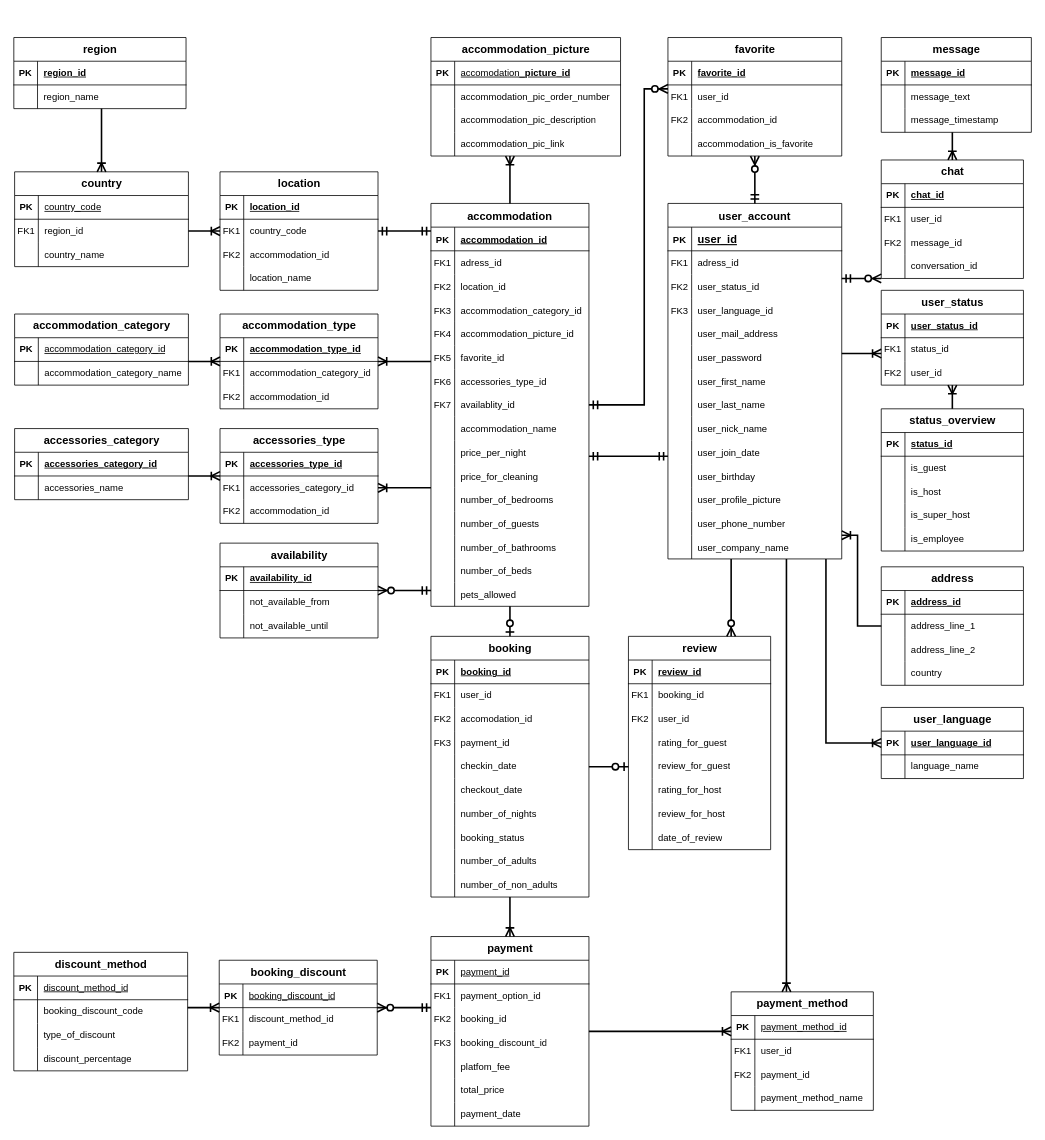
Above: Steffbnb.drawio in DaSteff91/SQL_Repo (draw.io), before the change. Source tidied: cells renumbered, new cells numbered last; positions are measured from the earlier drawing's top-left corner, leaving out a move shared by most shapes. Both pictures are drawn from the tidied source at 79%, with x=0, y=0 at pixel (13, 37).
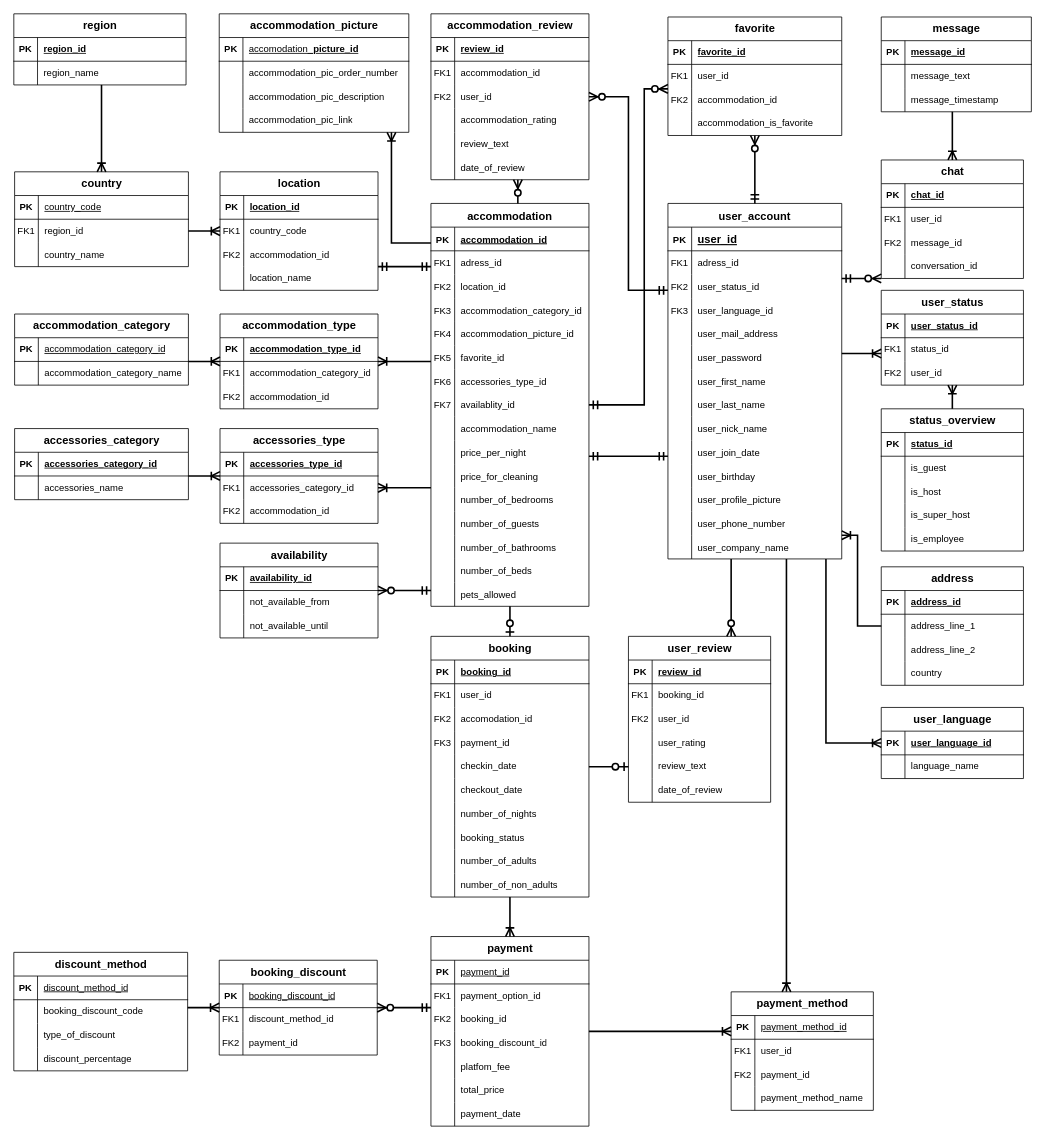
The same page after the edit.

Commit message:
Favorit entities adjusted.drawio

Unchanged cells that the change refers to:
```xml
<mxCell id="2" value="user_account" style="shape=table;startSize=30;childLayout=tableLayout;rowLines=0;fontStyle=1;align=center;fontSize=14;resizeLastRow=0;swimlaneHead=1;swimlaneBody=1;horizontal=1;portConstraintRotation=0;noLabel=0;" parent="1" vertex="1">
  <mxGeometry x="828" y="210" width="220" height="450" as="geometry" />
</mxCell>
<mxCell id="45" value="accommodation" style="shape=table;startSize=30;childLayout=tableLayout;rowLines=0;fontStyle=1;align=center;fontSize=14;" parent="1" vertex="1">
  <mxGeometry x="528" y="210" width="200" height="510" as="geometry" />
</mxCell>
<mxCell id="161" value="location" style="shape=table;startSize=30;childLayout=tableLayout;rowLines=0;fontStyle=1;align=center;html=1;fontSize=14;" parent="1" vertex="1">
  <mxGeometry x="261" y="170" width="200" height="150" as="geometry" />
</mxCell>
<mxCell id="198" value="chat" style="shape=table;startSize=30;childLayout=tableLayout;rowLines=0;fontStyle=1;align=center;html=1;fontSize=14;" parent="1" vertex="1">
  <mxGeometry x="1098" y="155" width="180" height="150" as="geometry" />
</mxCell>
<mxCell id="241" style="shape=tableRow;horizontal=0;startSize=0;swimlaneHead=0;swimlaneBody=0;fillColor=none;top=0;left=0;right=0;bottom=0;" parent="231" vertex="1">
  <mxGeometry y="120" width="180" height="30" as="geometry" />
</mxCell>
<mxCell id="244" style="shape=tableRow;horizontal=0;startSize=0;swimlaneHead=0;swimlaneBody=0;fillColor=none;top=0;left=0;right=0;bottom=0;" parent="231" vertex="1">
  <mxGeometry y="150" width="180" height="30" as="geometry" />
</mxCell>
```

Change to the diagram source:
```diff
@@
     <mxCell id="125" value="accommodation_picture" style="shape=table;startSize=30;childLayout=tableLayout;rowLines=0;fontStyle=1;align=center;html=1;fontSize=14;" parent="1" vertex="1">
-      <mxGeometry x="528" width="240" height="150" as="geometry" />
+      <mxGeometry x="260" y="-30" width="240" height="150" as="geometry" />
     </mxCell>
@@
     <mxCell id="148" value="favorite" style="shape=table;startSize=30;childLayout=tableLayout;rowLines=0;fontStyle=1;align=center;html=1;fontSize=14;" parent="1" vertex="1">
-      <mxGeometry x="828" width="220" height="150" as="geometry" />
+      <mxGeometry x="828" y="-26" width="220" height="150" as="geometry" />
     </mxCell>
@@
     <mxCell id="191" value="region" style="shape=table;startSize=30;childLayout=tableLayout;rowLines=0;fontStyle=1;align=center;html=1;fontSize=14;" parent="1" vertex="1">
-      <mxGeometry width="218" height="90" as="geometry" />
+      <mxGeometry y="-30" width="218" height="90" as="geometry" />
     </mxCell>
@@
     <mxCell id="211" value="message" style="shape=table;startSize=30;childLayout=tableLayout;rowLines=0;fontStyle=1;align=center;html=1;fontSize=14;" parent="1" vertex="1">
-      <mxGeometry x="1098" width="190" height="120" as="geometry" />
+      <mxGeometry x="1098" y="-26" width="190" height="120" as="geometry" />
     </mxCell>
@@
-    <mxCell id="231" value="review" style="shape=table;startSize=30;childLayout=tableLayout;rowLines=0;fontStyle=1;align=center;html=1;fontSize=14;" parent="1" vertex="1">
-      <mxGeometry x="778" y="758" width="180" height="270" as="geometry" />
+    <mxCell id="231" value="user_review" style="shape=table;startSize=30;childLayout=tableLayout;rowLines=0;fontStyle=1;align=center;html=1;fontSize=14;" parent="1" vertex="1">
+      <mxGeometry x="778" y="758" width="180" height="210" as="geometry" />
     </mxCell>
@@
-    <mxCell id="243" value="rating_for_guest" style="shape=partialRectangle;fillColor=none;top=0;left=0;bottom=0;right=0;align=left;spacingLeft=6;overflow=hidden;whiteSpace=wrap;html=1;" parent="241" vertex="1">
+    <mxCell id="243" value="user_rating" style="shape=partialRectangle;fillColor=none;top=0;left=0;bottom=0;right=0;align=left;spacingLeft=6;overflow=hidden;whiteSpace=wrap;html=1;" parent="241" vertex="1">
       <mxGeometry x="30" width="150" height="30" as="geometry" />
     </mxCell>
@@
-    <mxCell id="246" value="review_for_guest" style="shape=partialRectangle;fillColor=none;top=0;left=0;bottom=0;right=0;align=left;spacingLeft=6;overflow=hidden;whiteSpace=wrap;html=1;" parent="244" vertex="1">
+    <mxCell id="246" value="review_text" style="shape=partialRectangle;fillColor=none;top=0;left=0;bottom=0;right=0;align=left;spacingLeft=6;overflow=hidden;whiteSpace=wrap;html=1;" parent="244" vertex="1">
       <mxGeometry x="30" width="150" height="30" as="geometry" />
     </mxCell>
-    <mxCell id="247" style="shape=tableRow;horizontal=0;startSize=0;swimlaneHead=0;swimlaneBody=0;fillColor=none;top=0;left=0;right=0;bottom=0;" parent="231" vertex="1">
-      <mxGeometry y="180" width="180" height="30" as="geometry" />
-    </mxCell>
-    <mxCell id="248" style="shape=partialRectangle;fillColor=none;top=0;left=0;bottom=0;right=0;overflow=hidden;whiteSpace=wrap;html=1;" parent="247" vertex="1">
-      <mxGeometry width="30" height="30" as="geometry" />
-    </mxCell>
-    <mxCell id="249" value="rating_for_host" style="shape=partialRectangle;fillColor=none;top=0;left=0;bottom=0;right=0;align=left;spacingLeft=6;overflow=hidden;whiteSpace=wrap;html=1;" parent="247" vertex="1">
-      <mxGeometry x="30" width="150" height="30" as="geometry" />
-    </mxCell>
-    <mxCell id="250" style="shape=tableRow;horizontal=0;startSize=0;swimlaneHead=0;swimlaneBody=0;fillColor=none;top=0;left=0;right=0;bottom=0;" parent="231" vertex="1">
-      <mxGeometry y="210" width="180" height="30" as="geometry" />
-    </mxCell>
-    <mxCell id="251" style="shape=partialRectangle;fillColor=none;top=0;left=0;bottom=0;right=0;overflow=hidden;whiteSpace=wrap;html=1;" parent="250" vertex="1">
-      <mxGeometry width="30" height="30" as="geometry" />
-    </mxCell>
-    <mxCell id="252" value="review_for_host" style="shape=partialRectangle;fillColor=none;top=0;left=0;bottom=0;right=0;align=left;spacingLeft=6;overflow=hidden;whiteSpace=wrap;html=1;" parent="250" vertex="1">
-      <mxGeometry x="30" width="150" height="30" as="geometry" />
-    </mxCell>
     <mxCell id="253" style="shape=tableRow;horizontal=0;startSize=0;swimlaneHead=0;swimlaneBody=0;fillColor=none;top=0;left=0;right=0;bottom=0;" parent="231" vertex="1">
-      <mxGeometry y="240" width="180" height="30" as="geometry" />
+      <mxGeometry y="180" width="180" height="30" as="geometry" />
     </mxCell>
@@
     <mxCell id="274" style="fontSize=12;html=1;endArrow=ERoneToMany;rounded=0;strokeColor=default;strokeWidth=2;align=center;verticalAlign=middle;fontFamily=Helvetica;fontColor=default;labelBackgroundColor=default;startSize=8;endSize=8;edgeStyle=orthogonalEdgeStyle;" parent="1" edge="1" source="45" target="125">
       <mxGeometry relative="1" as="geometry">
         <Array as="points">
-          <mxPoint x="628" y="170" />
-          <mxPoint x="628" y="170" />
+          <mxPoint x="478" y="260" />
         </Array>
       </mxGeometry>
     </mxCell>
     <mxCell id="275" style="edgeStyle=orthogonalEdgeStyle;fontSize=12;html=1;endArrow=ERmandOne;startArrow=ERmandOne;rounded=0;strokeColor=default;strokeWidth=2;align=center;verticalAlign=middle;fontFamily=Helvetica;fontColor=default;labelBackgroundColor=default;startSize=8;endSize=8;" parent="1" edge="1" source="161" target="45">
       <mxGeometry relative="1" as="geometry">
         <Array as="points">
-          <mxPoint x="438" y="250" />
-          <mxPoint x="438" y="250" />
+          <mxPoint x="488" y="290" />
+          <mxPoint x="488" y="290" />
         </Array>
       </mxGeometry>
     </mxCell>
@@
     <mxCell id="393" style="edgeStyle=orthogonalEdgeStyle;fontSize=12;html=1;endArrow=ERoneToMany;rounded=0;startSize=8;endSize=8;strokeWidth=2;" parent="1" edge="1" source="211" target="198">
       <mxGeometry relative="1" as="geometry">
         <Array as="points">
-          <mxPoint x="1188" y="130" />
-          <mxPoint x="1188" y="130" />
+          <mxPoint x="1188" y="110" />
+          <mxPoint x="1188" y="110" />
         </Array>
       </mxGeometry>
     </mxCell>
@@
+    <mxCell id="404" value="accommodation_review" style="shape=table;startSize=30;childLayout=tableLayout;rowLines=0;fontStyle=1;align=center;html=1;fontSize=14;" parent="1" vertex="1">
+      <mxGeometry x="528" y="-30" width="200" height="210" as="geometry" />
+    </mxCell>
+    <mxCell id="405" style="shape=tableRow;horizontal=0;startSize=0;swimlaneHead=0;swimlaneBody=0;fillColor=none;top=0;left=0;right=0;bottom=1;" parent="404" vertex="1">
+      <mxGeometry y="30" width="200" height="30" as="geometry" />
+    </mxCell>
+    <mxCell id="406" value="PK" style="shape=partialRectangle;fillColor=none;top=0;left=0;bottom=0;right=0;fontStyle=1;overflow=hidden;whiteSpace=wrap;html=1;" parent="405" vertex="1">
+      <mxGeometry width="30" height="30" as="geometry" />
+    </mxCell>
+    <mxCell id="407" value="review_id" style="shape=partialRectangle;fillColor=none;top=0;left=0;bottom=0;right=0;align=left;spacingLeft=6;fontStyle=5;overflow=hidden;whiteSpace=wrap;html=1;" parent="405" vertex="1">
+      <mxGeometry x="30" width="170" height="30" as="geometry" />
+    </mxCell>
+    <mxCell id="408" style="shape=tableRow;horizontal=0;startSize=0;swimlaneHead=0;swimlaneBody=0;fillColor=none;top=0;left=0;right=0;bottom=0;" parent="404" vertex="1">
+      <mxGeometry y="60" width="200" height="30" as="geometry" />
+    </mxCell>
+    <mxCell id="409" value="FK1" style="shape=partialRectangle;fillColor=none;top=0;left=0;bottom=0;right=0;overflow=hidden;whiteSpace=wrap;html=1;" parent="408" vertex="1">
+      <mxGeometry width="30" height="30" as="geometry" />
+    </mxCell>
+    <mxCell id="410" value="accommodation_id" style="shape=partialRectangle;fillColor=none;top=0;left=0;bottom=0;right=0;align=left;spacingLeft=6;overflow=hidden;whiteSpace=wrap;html=1;" parent="408" vertex="1">
+      <mxGeometry x="30" width="170" height="30" as="geometry" />
+    </mxCell>
+    <mxCell id="411" style="shape=tableRow;horizontal=0;startSize=0;swimlaneHead=0;swimlaneBody=0;fillColor=none;top=0;left=0;right=0;bottom=0;" parent="404" vertex="1">
+      <mxGeometry y="90" width="200" height="30" as="geometry" />
+    </mxCell>
+    <mxCell id="412" value="FK2" style="shape=partialRectangle;fillColor=none;top=0;left=0;bottom=0;right=0;overflow=hidden;whiteSpace=wrap;html=1;" parent="411" vertex="1">
+      <mxGeometry width="30" height="30" as="geometry" />
+    </mxCell>
+    <mxCell id="413" value="user_id" style="shape=partialRectangle;fillColor=none;top=0;left=0;bottom=0;right=0;align=left;spacingLeft=6;overflow=hidden;whiteSpace=wrap;html=1;" parent="411" vertex="1">
+      <mxGeometry x="30" width="170" height="30" as="geometry" />
+    </mxCell>
+    <mxCell id="414" style="shape=tableRow;horizontal=0;startSize=0;swimlaneHead=0;swimlaneBody=0;fillColor=none;top=0;left=0;right=0;bottom=0;" parent="404" vertex="1">
+      <mxGeometry y="120" width="200" height="30" as="geometry" />
+    </mxCell>
+    <mxCell id="415" style="shape=partialRectangle;fillColor=none;top=0;left=0;bottom=0;right=0;overflow=hidden;whiteSpace=wrap;html=1;" parent="414" vertex="1">
+      <mxGeometry width="30" height="30" as="geometry" />
+    </mxCell>
+    <mxCell id="416" value="accommodation_rating" style="shape=partialRectangle;fillColor=none;top=0;left=0;bottom=0;right=0;align=left;spacingLeft=6;overflow=hidden;whiteSpace=wrap;html=1;" parent="414" vertex="1">
+      <mxGeometry x="30" width="170" height="30" as="geometry" />
+    </mxCell>
+    <mxCell id="417" style="shape=tableRow;horizontal=0;startSize=0;swimlaneHead=0;swimlaneBody=0;fillColor=none;top=0;left=0;right=0;bottom=0;" parent="404" vertex="1">
+      <mxGeometry y="150" width="200" height="30" as="geometry" />
+    </mxCell>
+    <mxCell id="418" style="shape=partialRectangle;fillColor=none;top=0;left=0;bottom=0;right=0;overflow=hidden;whiteSpace=wrap;html=1;" parent="417" vertex="1">
+      <mxGeometry width="30" height="30" as="geometry" />
+    </mxCell>
+    <mxCell id="419" value="review_text" style="shape=partialRectangle;fillColor=none;top=0;left=0;bottom=0;right=0;align=left;spacingLeft=6;overflow=hidden;whiteSpace=wrap;html=1;" parent="417" vertex="1">
+      <mxGeometry x="30" width="170" height="30" as="geometry" />
+    </mxCell>
+    <mxCell id="420" style="shape=tableRow;horizontal=0;startSize=0;swimlaneHead=0;swimlaneBody=0;fillColor=none;top=0;left=0;right=0;bottom=0;" parent="404" vertex="1">
+      <mxGeometry y="180" width="200" height="30" as="geometry" />
+    </mxCell>
+    <mxCell id="421" style="shape=partialRectangle;fillColor=none;top=0;left=0;bottom=0;right=0;overflow=hidden;whiteSpace=wrap;html=1;" parent="420" vertex="1">
+      <mxGeometry width="30" height="30" as="geometry" />
+    </mxCell>
+    <mxCell id="422" value="date_of_review" style="shape=partialRectangle;fillColor=none;top=0;left=0;bottom=0;right=0;align=left;spacingLeft=6;overflow=hidden;whiteSpace=wrap;html=1;" parent="420" vertex="1">
+      <mxGeometry x="30" width="170" height="30" as="geometry" />
+    </mxCell>
+    <mxCell id="423" style="edgeStyle=orthogonalEdgeStyle;fontSize=12;html=1;endArrow=ERzeroToMany;endFill=1;rounded=0;strokeColor=default;strokeWidth=2;align=center;verticalAlign=middle;fontFamily=Helvetica;fontColor=default;labelBackgroundColor=default;startSize=8;endSize=8;" parent="1" edge="1" source="45" target="404">
+      <mxGeometry relative="1" as="geometry">
+        <Array as="points">
+          <mxPoint x="638" y="200" />
+          <mxPoint x="638" y="200" />
+        </Array>
+      </mxGeometry>
+    </mxCell>
+    <mxCell id="424" style="edgeStyle=orthogonalEdgeStyle;fontSize=12;html=1;endArrow=ERzeroToMany;startArrow=ERmandOne;rounded=0;startSize=8;endSize=8;strokeWidth=2;" parent="1" edge="1" source="2" target="404">
+      <mxGeometry relative="1" as="geometry">
+        <Array as="points">
+          <mxPoint x="778" y="320" />
+          <mxPoint x="778" y="75" />
+        </Array>
+      </mxGeometry>
+    </mxCell>
```
